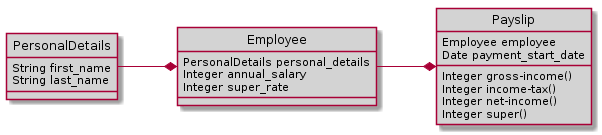
svo/emp keeps this PlantUML diagram as doc/domain-model.png. Above is the earlier version.
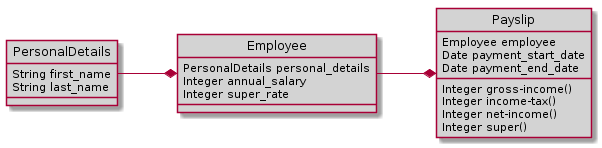
After the change.

Commit message:
Adding payment end date to domain illustration

Change to the diagram source:
```diff
@@ -16,6 +16,7 @@
 class Payslip #LightGrey {
   Employee employee
   Date payment_start_date
+  Date payment_end_date
   Integer gross-income()
   Integer income-tax()
   Integer net-income()
```
